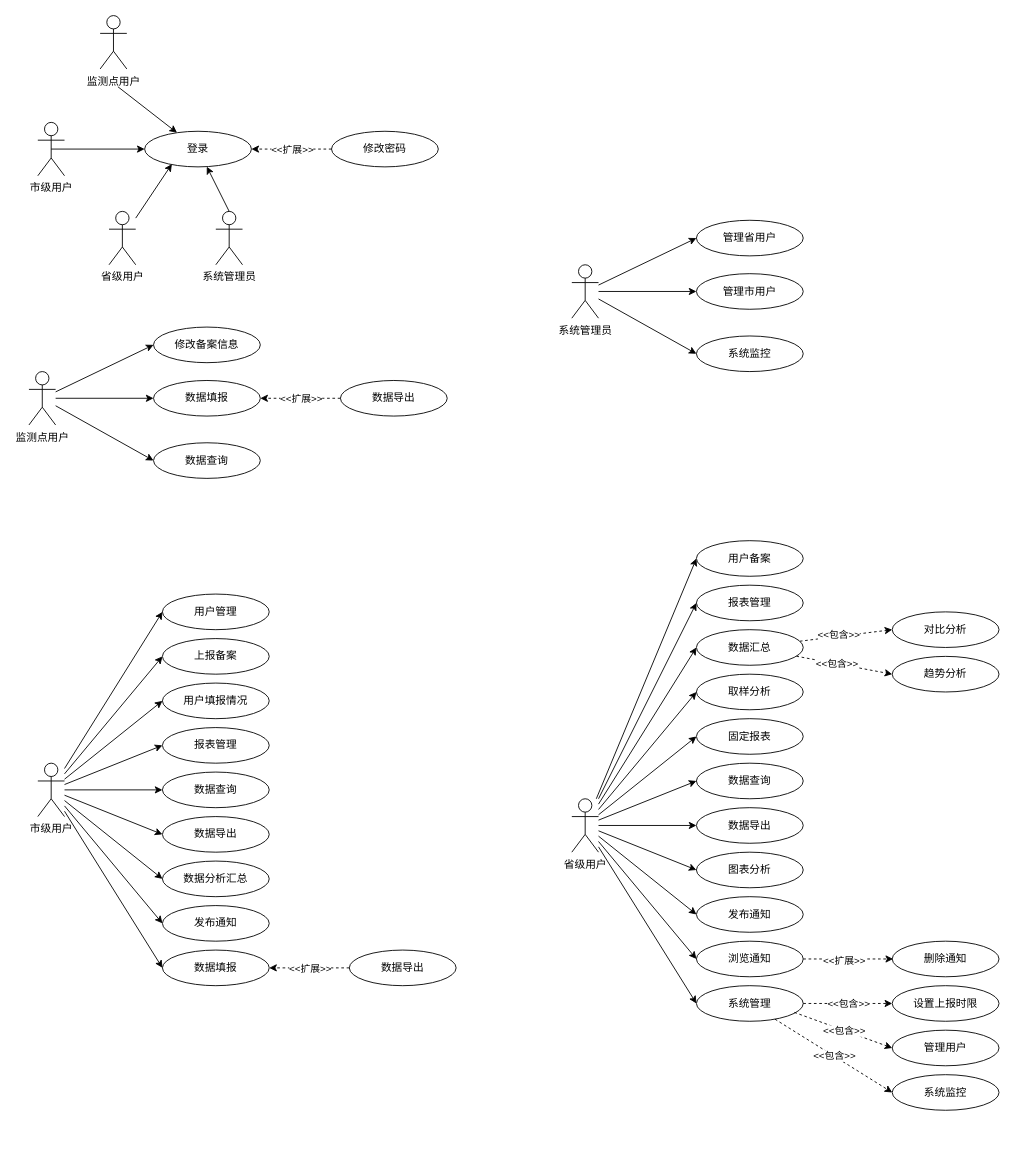
Anne416wu/HumanResourceSystem keeps this draw.io diagram as 用户交互图.drawio. Above is the earlier version. Source tidied: cells renumbered, new cells numbered last; positions are measured from the earlier drawing's top-left corner, leaving out a move shared by most shapes. Both pictures are drawn from the tidied source at 89%, with x=0, y=0 at pixel (28, 15).
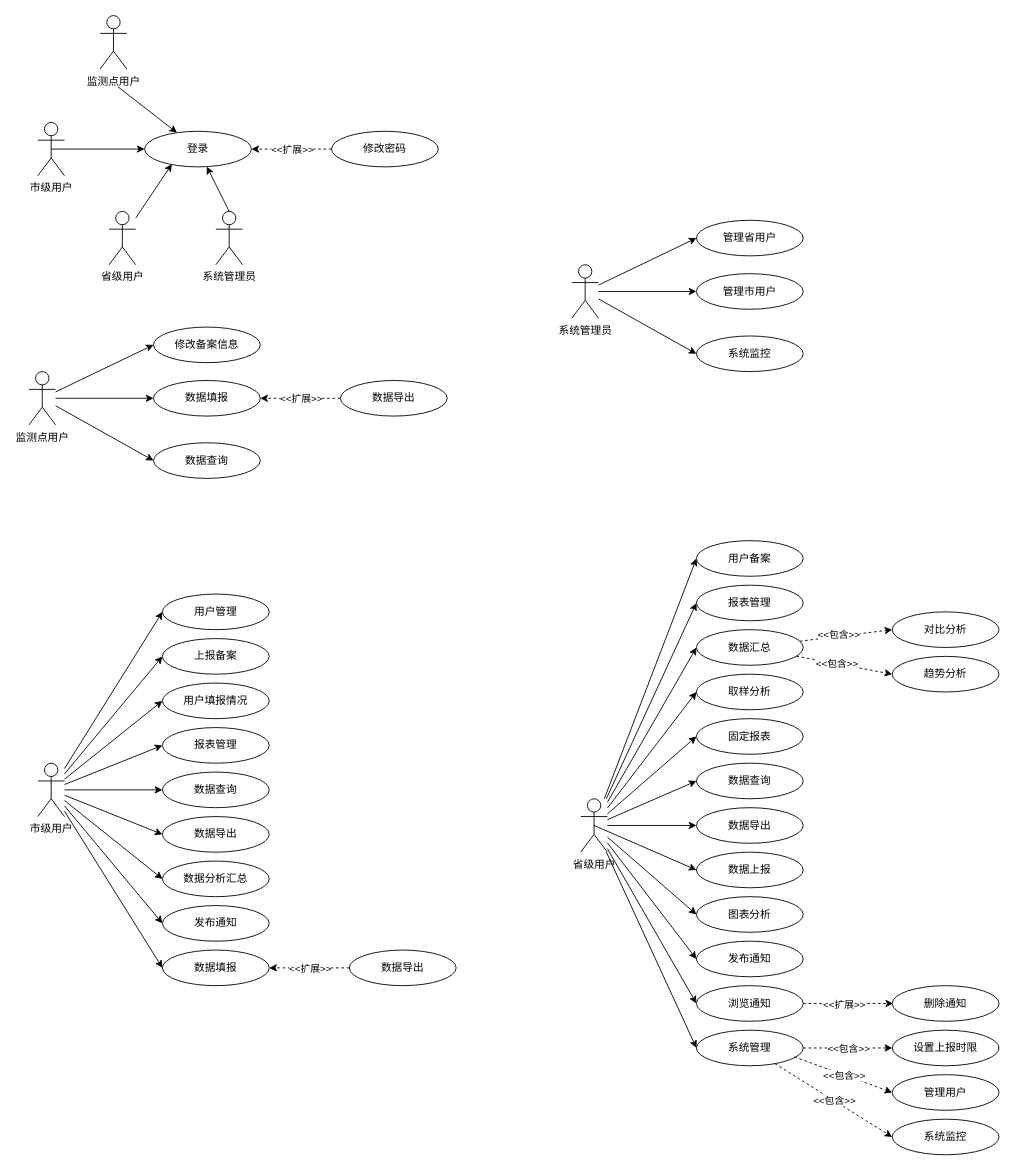
After the change.

Commit message (it also covers changes not shown here):
modify province‘s part, add data report:apple:

Unchanged cells that the change refers to:
```xml
<mxCell id="76" value="数据导出" style="ellipse;whiteSpace=wrap;html=1;" parent="1" vertex="1">
  <mxGeometry x="750" y="890" width="120" height="40" as="geometry" />
</mxCell>
```

Change to the diagram source:
```diff
@@
     <mxCell id="52" style="edgeStyle=none;rounded=0;jettySize=auto;html=1;entryX=0;entryY=0.5;entryDx=0;entryDy=0;" parent="1" edge="1" source="54" target="76">
-      <mxGeometry relative="1" as="geometry" />
+      <mxGeometry relative="1" as="geometry">
+        <Array as="points">
+          <mxPoint x="690" y="910" />
+        </Array>
+      </mxGeometry>
     </mxCell>
@@
+    <mxCell id="94" style="rounded=0;jettySize=auto;html=1;exitX=0.5;exitY=0.5;exitDx=0;exitDy=0;exitPerimeter=0;entryX=0;entryY=0.5;entryDx=0;entryDy=0;" parent="1" edge="1" source="54" target="95">
+      <mxGeometry relative="1" as="geometry" />
+    </mxCell>
     <mxCell id="54" value="省级用户" style="shape=umlActor;verticalLabelPosition=bottom;verticalAlign=top;html=1;outlineConnect=0;" parent="1" vertex="1">
-      <mxGeometry x="610" y="880" width="30" height="60" as="geometry" />
+      <mxGeometry x="620" y="880" width="30" height="60" as="geometry" />
     </mxCell>
     <mxCell id="55" value="系统管理" style="ellipse;whiteSpace=wrap;html=1;" parent="1" vertex="1">
-      <mxGeometry x="750" y="1090" width="120" height="40" as="geometry" />
+      <mxGeometry x="750" y="1140" width="120" height="40" as="geometry" />
     </mxCell>
     <mxCell id="56" value="设置上报时限" style="ellipse;whiteSpace=wrap;html=1;" parent="1" vertex="1">
-      <mxGeometry x="970" y="1090" width="120" height="40" as="geometry" />
+      <mxGeometry x="970" y="1140" width="120" height="40" as="geometry" />
     </mxCell>
@@
     <mxCell id="62" value="发布通知" style="ellipse;whiteSpace=wrap;html=1;" parent="1" vertex="1">
-      <mxGeometry x="750" y="990" width="120" height="40" as="geometry" />
+      <mxGeometry x="750" y="1040" width="120" height="40" as="geometry" />
     </mxCell>
@@
     <mxCell id="73" style="edgeStyle=none;rounded=0;jettySize=auto;html=1;dashed=1;" parent="1" edge="1" source="75">
       <mxGeometry relative="1" as="geometry">
-        <mxPoint x="971" y="1060" as="targetPoint" />
+        <mxPoint x="971" y="1110" as="targetPoint" />
       </mxGeometry>
     </mxCell>
@@
     <mxCell id="75" value="浏览通知" style="ellipse;whiteSpace=wrap;html=1;" parent="1" vertex="1">
-      <mxGeometry x="750" y="1040" width="120" height="40" as="geometry" />
+      <mxGeometry x="750" y="1090" width="120" height="40" as="geometry" />
     </mxCell>
@@
     <mxCell id="77" value="图表分析" style="ellipse;whiteSpace=wrap;html=1;" parent="1" vertex="1">
-      <mxGeometry x="750" y="940" width="120" height="40" as="geometry" />
+      <mxGeometry x="750" y="990" width="120" height="40" as="geometry" />
     </mxCell>
@@
     <mxCell id="80" value="删除通知" style="ellipse;whiteSpace=wrap;html=1;" parent="1" vertex="1">
-      <mxGeometry x="970" y="1040" width="120" height="40" as="geometry" />
+      <mxGeometry x="970" y="1090" width="120" height="40" as="geometry" />
     </mxCell>
     <mxCell id="81" value="管理用户" style="ellipse;whiteSpace=wrap;html=1;" parent="1" vertex="1">
-      <mxGeometry x="970" y="1140" width="120" height="40" as="geometry" />
+      <mxGeometry x="970" y="1190" width="120" height="40" as="geometry" />
     </mxCell>
     <mxCell id="82" value="系统监控" style="ellipse;whiteSpace=wrap;html=1;" parent="1" vertex="1">
-      <mxGeometry x="970" y="1190" width="120" height="40" as="geometry" />
+      <mxGeometry x="970" y="1240" width="120" height="40" as="geometry" />
     </mxCell>
     <mxCell id="83" style="endArrow=classic;html=1;dashed=1;entryX=0;entryY=0.5;entryDx=0;entryDy=0;" parent="1" edge="1" target="81">
       <mxGeometry relative="1" as="geometry">
-        <mxPoint x="860" y="1120" as="sourcePoint" />
+        <mxPoint x="860" y="1170" as="sourcePoint" />
       </mxGeometry>
     </mxCell>
@@
+    <mxCell id="95" value="数据上报" style="ellipse;whiteSpace=wrap;html=1;" parent="1" vertex="1">
+      <mxGeometry x="750" y="940" width="120" height="40" as="geometry" />
+    </mxCell>
```
